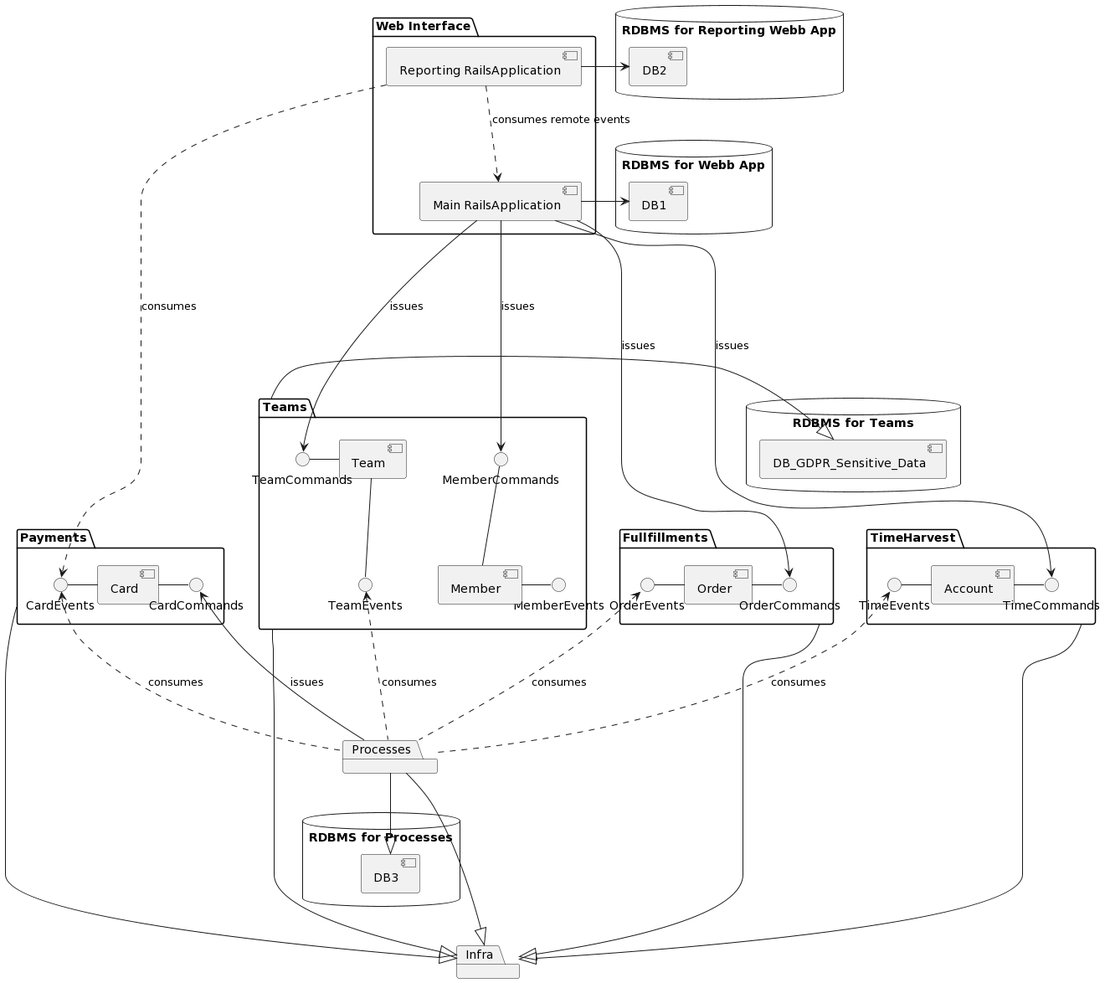
This is diagrams/architecture.png from orbanbotond/DDD_FamilyMerit, a PlantUML export, as it was before one commit.
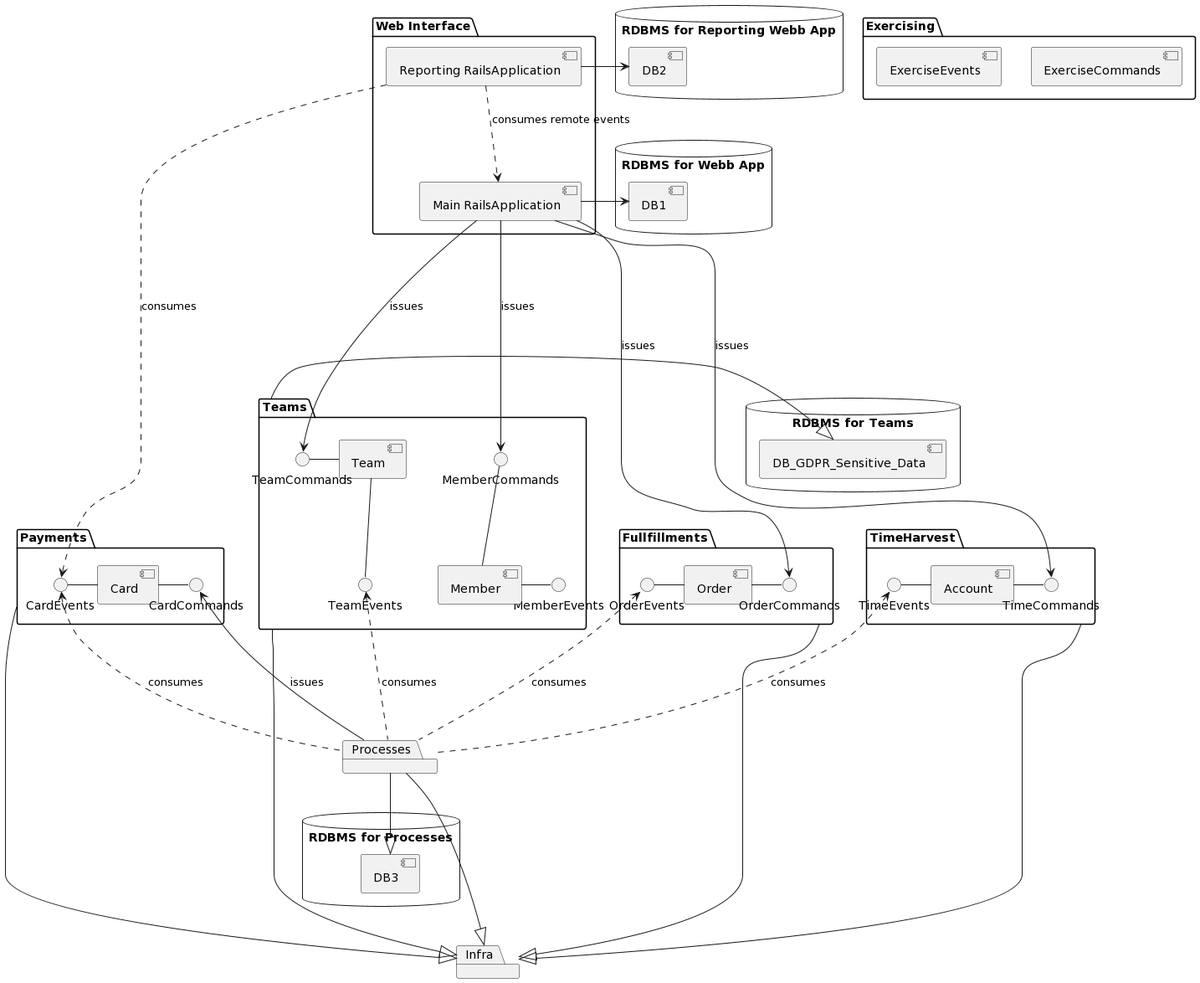
The same diagram one commit later.

What changed in the source:
```diff
@@ -1,5 +1,10 @@
 @startuml
 package "Infra" {
+}
+
+package "Exercising" {
+  [ExerciseCommands]
+  [ExerciseEvents]
 }
 
 package "Fullfillments" {
```
